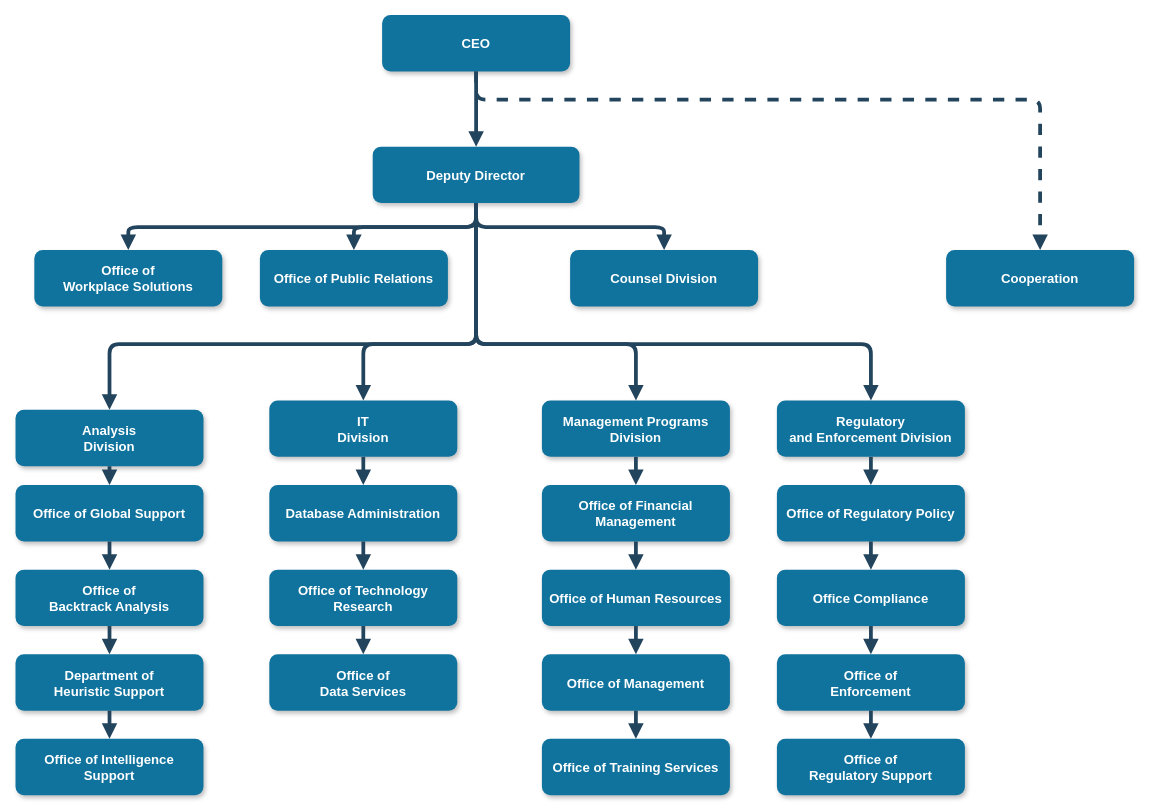
Earlier version of the draw.io diagram Hierarki.drawio (karageee/Login-system-and-gmm-voice-auth). Source tidied: cells renumbered, new cells numbered last; positions are measured from the earlier drawing's top-left corner, leaving out a move shared by most shapes. Both pictures are drawn from the tidied source at 94%, with x=0, y=0 at pixel (15, 15).
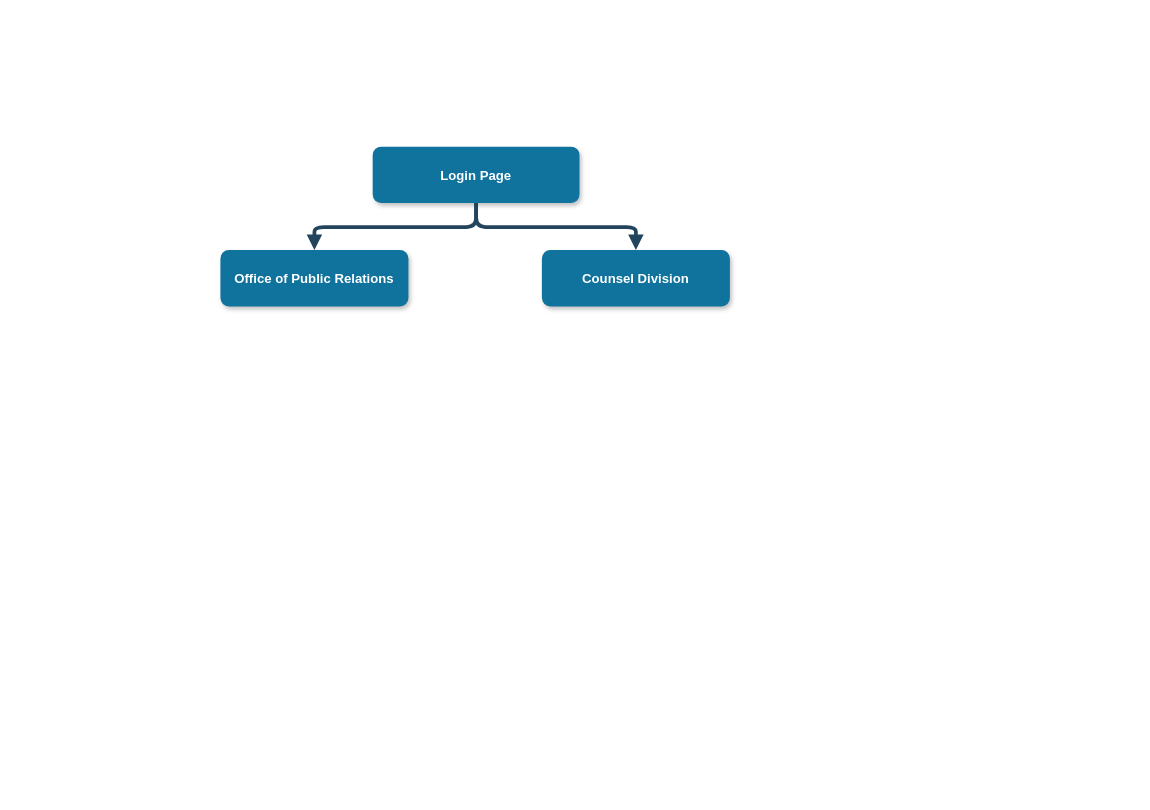
Above is the later version.

Change to the diagram source:
```diff
@@
-    <mxCell id="2" value="CEO" style="rounded=1;fillColor=#10739E;strokeColor=none;shadow=1;gradientColor=none;fontStyle=1;fontColor=#FFFFFF;fontSize=14;" parent="1" vertex="1">
-      <mxGeometry x="390" y="-0.5" width="200" height="60" as="geometry" />
-    </mxCell>
-    <mxCell id="3" value="Deputy Director" style="rounded=1;fillColor=#10739E;strokeColor=none;shadow=1;gradientColor=none;fontStyle=1;fontColor=#FFFFFF;fontSize=14;" parent="1" vertex="1">
+    <mxCell id="3" value="Login Page" style="rounded=1;fillColor=#10739E;strokeColor=none;shadow=1;gradientColor=none;fontStyle=1;fontColor=#FFFFFF;fontSize=14;" parent="1" vertex="1">
       <mxGeometry x="380" y="139.5" width="220" height="60" as="geometry" />
     </mxCell>
-    <mxCell id="4" value="Office of &#10;Workplace Solutions" style="rounded=1;fillColor=#10739E;strokeColor=none;shadow=1;gradientColor=none;fontStyle=1;fontColor=#FFFFFF;fontSize=14;" parent="1" vertex="1">
-      <mxGeometry x="20" y="249.5" width="200" height="60" as="geometry" />
-    </mxCell>
     <mxCell id="5" value="Office of Public Relations" style="rounded=1;fillColor=#10739E;strokeColor=none;shadow=1;gradientColor=none;fontStyle=1;fontColor=#FFFFFF;fontSize=14;" parent="1" vertex="1">
-      <mxGeometry x="260" y="249.5" width="200" height="60" as="geometry" />
+      <mxGeometry x="218" y="249.5" width="200" height="60" as="geometry" />
     </mxCell>
     <mxCell id="6" value="Counsel Division" style="rounded=1;fillColor=#10739E;strokeColor=none;shadow=1;gradientColor=none;fontStyle=1;fontColor=#FFFFFF;fontSize=14;" parent="1" vertex="1">
-      <mxGeometry x="590" y="249.5" width="200" height="60" as="geometry" />
+      <mxGeometry x="560" y="249.5" width="200" height="60" as="geometry" />
     </mxCell>
-    <mxCell id="7" value="Cooperation" style="rounded=1;fillColor=#10739E;strokeColor=none;shadow=1;gradientColor=none;fontStyle=1;fontColor=#FFFFFF;fontSize=14;" parent="1" vertex="1">
-      <mxGeometry x="990" y="249.5" width="200" height="60" as="geometry" />
-    </mxCell>
-    <mxCell id="8" value="Analysis &#10;Division" style="rounded=1;fillColor=#10739E;strokeColor=none;shadow=1;gradientColor=none;fontStyle=1;fontColor=#FFFFFF;fontSize=14;" parent="1" vertex="1">
-      <mxGeometry y="419.5" width="200" height="60" as="geometry" />
-    </mxCell>
-    <mxCell id="9" value="Office of Global Support" style="rounded=1;fillColor=#10739E;strokeColor=none;shadow=1;gradientColor=none;fontStyle=1;fontColor=#FFFFFF;fontSize=14;" parent="1" vertex="1">
-      <mxGeometry y="499.5" width="200" height="60" as="geometry" />
-    </mxCell>
-    <mxCell id="10" value="Office of &#10;Backtrack Analysis" style="rounded=1;fillColor=#10739E;strokeColor=none;shadow=1;gradientColor=none;fontStyle=1;fontColor=#FFFFFF;fontSize=14;" parent="1" vertex="1">
-      <mxGeometry y="589.5" width="200" height="60" as="geometry" />
-    </mxCell>
-    <mxCell id="11" value="Department of &#10;Heuristic Support" style="rounded=1;fillColor=#10739E;strokeColor=none;shadow=1;gradientColor=none;fontStyle=1;fontColor=#FFFFFF;fontSize=14;" parent="1" vertex="1">
-      <mxGeometry y="679.5" width="200" height="60" as="geometry" />
-    </mxCell>
-    <mxCell id="12" value="Office of Intelligence &#10;Support" style="rounded=1;fillColor=#10739E;strokeColor=none;shadow=1;gradientColor=none;fontStyle=1;fontColor=#FFFFFF;fontSize=14;" parent="1" vertex="1">
-      <mxGeometry y="769.5" width="200" height="60" as="geometry" />
-    </mxCell>
-    <mxCell id="13" value="IT&#10;Division" style="rounded=1;fillColor=#10739E;strokeColor=none;shadow=1;gradientColor=none;fontStyle=1;fontColor=#FFFFFF;fontSize=14;" parent="1" vertex="1">
-      <mxGeometry x="270" y="409.5" width="200" height="60" as="geometry" />
-    </mxCell>
-    <mxCell id="14" value="Database Administration" style="rounded=1;fillColor=#10739E;strokeColor=none;shadow=1;gradientColor=none;fontStyle=1;fontColor=#FFFFFF;fontSize=14;" parent="1" vertex="1">
-      <mxGeometry x="270" y="499.5" width="200" height="60" as="geometry" />
-    </mxCell>
-    <mxCell id="15" value="Office of Technology &#10;Research" style="rounded=1;fillColor=#10739E;strokeColor=none;shadow=1;gradientColor=none;fontStyle=1;fontColor=#FFFFFF;fontSize=14;" parent="1" vertex="1">
-      <mxGeometry x="270" y="589.5" width="200" height="60" as="geometry" />
-    </mxCell>
-    <mxCell id="16" value="Office of&#10;Data Services" style="rounded=1;fillColor=#10739E;strokeColor=none;shadow=1;gradientColor=none;fontStyle=1;fontColor=#FFFFFF;fontSize=14;" parent="1" vertex="1">
-      <mxGeometry x="270" y="679.5" width="200" height="60" as="geometry" />
-    </mxCell>
-    <mxCell id="17" value="Management Programs &#10;Division" style="rounded=1;fillColor=#10739E;strokeColor=none;shadow=1;gradientColor=none;fontStyle=1;fontColor=#FFFFFF;fontSize=14;" parent="1" vertex="1">
-      <mxGeometry x="560" y="409.5" width="200" height="60" as="geometry" />
-    </mxCell>
-    <mxCell id="18" value="Office of Financial &#10;Management" style="rounded=1;fillColor=#10739E;strokeColor=none;shadow=1;gradientColor=none;fontStyle=1;fontColor=#FFFFFF;fontSize=14;" parent="1" vertex="1">
-      <mxGeometry x="560" y="499.5" width="200" height="60" as="geometry" />
-    </mxCell>
-    <mxCell id="19" value="Office of Human Resources" style="rounded=1;fillColor=#10739E;strokeColor=none;shadow=1;gradientColor=none;fontStyle=1;fontColor=#FFFFFF;fontSize=14;" parent="1" vertex="1">
-      <mxGeometry x="560" y="589.5" width="200" height="60" as="geometry" />
-    </mxCell>
-    <mxCell id="20" value="Office of Management " style="rounded=1;fillColor=#10739E;strokeColor=none;shadow=1;gradientColor=none;fontStyle=1;fontColor=#FFFFFF;fontSize=14;" parent="1" vertex="1">
-      <mxGeometry x="560" y="679.5" width="200" height="60" as="geometry" />
-    </mxCell>
-    <mxCell id="21" value="Office of Training Services" style="rounded=1;fillColor=#10739E;strokeColor=none;shadow=1;gradientColor=none;fontStyle=1;fontColor=#FFFFFF;fontSize=14;" parent="1" vertex="1">
-      <mxGeometry x="560" y="769.5" width="200" height="60" as="geometry" />
-    </mxCell>
-    <mxCell id="22" value="Regulatory &#10;and Enforcement Division" style="rounded=1;fillColor=#10739E;strokeColor=none;shadow=1;gradientColor=none;fontStyle=1;fontColor=#FFFFFF;fontSize=14;" parent="1" vertex="1">
-      <mxGeometry x="810" y="409.5" width="200" height="60" as="geometry" />
-    </mxCell>
-    <mxCell id="23" value="Office of Regulatory Policy" style="rounded=1;fillColor=#10739E;strokeColor=none;shadow=1;gradientColor=none;fontStyle=1;fontColor=#FFFFFF;fontSize=14;" parent="1" vertex="1">
-      <mxGeometry x="810" y="499.5" width="200" height="60" as="geometry" />
-    </mxCell>
-    <mxCell id="24" value="Office Compliance" style="rounded=1;fillColor=#10739E;strokeColor=none;shadow=1;gradientColor=none;fontStyle=1;fontColor=#FFFFFF;fontSize=14;" parent="1" vertex="1">
-      <mxGeometry x="810" y="589.5" width="200" height="60" as="geometry" />
-    </mxCell>
-    <mxCell id="25" value="Office of &#10;Enforcement" style="rounded=1;fillColor=#10739E;strokeColor=none;shadow=1;gradientColor=none;fontStyle=1;fontColor=#FFFFFF;fontSize=14;" parent="1" vertex="1">
-      <mxGeometry x="810" y="679.5" width="200" height="60" as="geometry" />
-    </mxCell>
-    <mxCell id="26" value="Office of&#10; Regulatory Support" style="rounded=1;fillColor=#10739E;strokeColor=none;shadow=1;gradientColor=none;fontStyle=1;fontColor=#FFFFFF;fontSize=14;" parent="1" vertex="1">
-      <mxGeometry x="810" y="769.5" width="200" height="60" as="geometry" />
-    </mxCell>
-    <mxCell id="27" style="edgeStyle=elbowEdgeStyle;elbow=vertical;strokeWidth=4;endArrow=block;endFill=1;fontStyle=1;strokeColor=#23445D;" parent="1" edge="1" source="2" target="3">
-      <mxGeometry x="22" y="165.5" as="geometry" />
-    </mxCell>
@@
-    <mxCell id="29" style="edgeStyle=elbowEdgeStyle;elbow=vertical;strokeWidth=4;endArrow=block;endFill=1;fontStyle=1;strokeColor=#23445D;" parent="1" edge="1" source="3" target="4">
-      <mxGeometry x="22" y="165.5" as="geometry" />
-    </mxCell>
@@
-    <mxCell id="31" style="edgeStyle=elbowEdgeStyle;elbow=vertical;strokeWidth=4;endArrow=block;endFill=1;fontStyle=1;dashed=1;strokeColor=#23445D;" parent="1" edge="1" source="2" target="7">
-      <mxGeometry x="22" y="165.5" as="geometry">
-        <Array as="points">
-          <mxPoint x="780" y="89.5" />
-        </Array>
-      </mxGeometry>
-    </mxCell>
-    <mxCell id="32" style="edgeStyle=elbowEdgeStyle;elbow=vertical;strokeWidth=4;endArrow=block;endFill=1;fontStyle=1;strokeColor=#23445D;" parent="1" edge="1" source="3" target="8">
-      <mxGeometry x="22" y="165.5" as="geometry">
-        <Array as="points">
-          <mxPoint x="270" y="349.5" />
-        </Array>
-      </mxGeometry>
-    </mxCell>
-    <mxCell id="33" style="edgeStyle=elbowEdgeStyle;elbow=vertical;strokeWidth=4;endArrow=block;endFill=1;fontStyle=1;strokeColor=#23445D;" parent="1" edge="1" source="3" target="22">
-      <mxGeometry x="22" y="165.5" as="geometry">
-        <Array as="points">
-          <mxPoint x="690" y="349.5" />
-        </Array>
-      </mxGeometry>
-    </mxCell>
-    <mxCell id="34" style="edgeStyle=elbowEdgeStyle;elbow=vertical;strokeWidth=4;endArrow=block;endFill=1;fontStyle=1;strokeColor=#23445D;" parent="1" edge="1" source="8" target="9">
-      <mxGeometry x="62" y="165.5" as="geometry" />
-    </mxCell>
-    <mxCell id="35" style="edgeStyle=elbowEdgeStyle;elbow=vertical;strokeWidth=4;endArrow=block;endFill=1;fontStyle=1;strokeColor=#23445D;" parent="1" edge="1" source="9" target="10">
-      <mxGeometry x="62" y="175.5" as="geometry" />
-    </mxCell>
-    <mxCell id="36" style="edgeStyle=elbowEdgeStyle;elbow=vertical;strokeWidth=4;endArrow=block;endFill=1;fontStyle=1;strokeColor=#23445D;" parent="1" edge="1" source="10" target="11">
-      <mxGeometry x="62" y="185.5" as="geometry" />
-    </mxCell>
-    <mxCell id="37" style="edgeStyle=elbowEdgeStyle;elbow=vertical;strokeWidth=4;endArrow=block;endFill=1;fontStyle=1;strokeColor=#23445D;" parent="1" edge="1" source="11" target="12">
-      <mxGeometry x="62" y="195.5" as="geometry" />
-    </mxCell>
-    <mxCell id="38" style="edgeStyle=elbowEdgeStyle;elbow=vertical;strokeWidth=4;endArrow=block;endFill=1;fontStyle=1;strokeColor=#23445D;" parent="1" edge="1" source="13" target="14">
-      <mxGeometry x="62" y="165.5" as="geometry" />
-    </mxCell>
-    <mxCell id="39" style="edgeStyle=elbowEdgeStyle;elbow=vertical;strokeWidth=4;endArrow=block;endFill=1;fontStyle=1;strokeColor=#23445D;" parent="1" edge="1" source="14" target="15">
-      <mxGeometry x="62" y="175.5" as="geometry" />
-    </mxCell>
-    <mxCell id="40" style="edgeStyle=elbowEdgeStyle;elbow=vertical;strokeWidth=4;endArrow=block;endFill=1;fontStyle=1;strokeColor=#23445D;" parent="1" edge="1" source="15" target="16">
-      <mxGeometry x="62" y="185.5" as="geometry" />
-    </mxCell>
-    <mxCell id="41" style="edgeStyle=elbowEdgeStyle;elbow=vertical;strokeWidth=4;endArrow=block;endFill=1;fontStyle=1;strokeColor=#23445D;" parent="1" edge="1" source="17" target="18">
-      <mxGeometry x="72" y="165.5" as="geometry" />
-    </mxCell>
-    <mxCell id="42" style="edgeStyle=elbowEdgeStyle;elbow=vertical;strokeWidth=4;endArrow=block;endFill=1;fontStyle=1;strokeColor=#23445D;" parent="1" edge="1" source="18" target="19">
-      <mxGeometry x="72" y="175.5" as="geometry" />
-    </mxCell>
-    <mxCell id="43" style="edgeStyle=elbowEdgeStyle;elbow=vertical;strokeWidth=4;endArrow=block;endFill=1;fontStyle=1;strokeColor=#23445D;" parent="1" edge="1" source="19" target="20">
-      <mxGeometry x="72" y="185.5" as="geometry" />
-    </mxCell>
-    <mxCell id="44" style="edgeStyle=elbowEdgeStyle;elbow=vertical;strokeWidth=4;endArrow=block;endFill=1;fontStyle=1;strokeColor=#23445D;" parent="1" edge="1" source="20" target="21">
-      <mxGeometry x="72" y="195.5" as="geometry" />
-    </mxCell>
-    <mxCell id="45" style="edgeStyle=elbowEdgeStyle;elbow=vertical;strokeWidth=4;endArrow=block;endFill=1;fontStyle=1;strokeColor=#23445D;" parent="1" edge="1" source="22" target="23">
-      <mxGeometry x="72" y="165.5" as="geometry" />
-    </mxCell>
-    <mxCell id="46" style="edgeStyle=elbowEdgeStyle;elbow=vertical;strokeWidth=4;endArrow=block;endFill=1;fontStyle=1;strokeColor=#23445D;" parent="1" edge="1" source="23" target="24">
-      <mxGeometry x="72" y="175.5" as="geometry" />
-    </mxCell>
-    <mxCell id="47" style="edgeStyle=elbowEdgeStyle;elbow=vertical;strokeWidth=4;endArrow=block;endFill=1;fontStyle=1;strokeColor=#23445D;" parent="1" edge="1" source="24" target="25">
-      <mxGeometry x="72" y="185.5" as="geometry" />
-    </mxCell>
-    <mxCell id="48" style="edgeStyle=elbowEdgeStyle;elbow=vertical;strokeWidth=4;endArrow=block;endFill=1;fontStyle=1;strokeColor=#23445D;" parent="1" edge="1" source="25" target="26">
-      <mxGeometry x="72" y="195.5" as="geometry" />
-    </mxCell>
-    <mxCell id="49" style="edgeStyle=elbowEdgeStyle;elbow=vertical;strokeWidth=4;endArrow=block;endFill=1;fontStyle=1;strokeColor=#23445D;" parent="1" edge="1" source="3" target="13">
-      <mxGeometry x="22" y="165.5" as="geometry">
-        <Array as="points">
-          <mxPoint x="370" y="349.5" />
-        </Array>
-      </mxGeometry>
-    </mxCell>
-    <mxCell id="50" style="edgeStyle=elbowEdgeStyle;elbow=vertical;strokeWidth=4;endArrow=block;endFill=1;fontStyle=1;strokeColor=#23445D;" parent="1" edge="1" source="3" target="17">
-      <mxGeometry x="22" y="165.5" as="geometry">
-        <Array as="points">
-          <mxPoint x="660" y="349.5" />
-        </Array>
-      </mxGeometry>
-    </mxCell>
```
